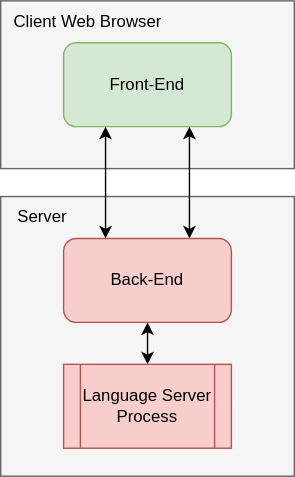
Above: docs/diagrams/AppArch.svg in karcagtamas/ZephyrGraph (draw.io), before the change. Source tidied: cells renumbered, new cells last; positions are measured from the earlier drawing's top-left corner, leaving out a move shared by most shapes. Source of this version:
```xml
<mxGraphModel>
  <root>
    <mxCell id="0" />
    <mxCell id="1" parent="0" />
    <mxCell id="2" style="rounded=0;whiteSpace=wrap;html=1;fillColor=#f5f5f5;fontColor=#333333;strokeColor=#666666;" parent="1" vertex="1">
      <mxGeometry width="210" height="120" as="geometry" />
    </mxCell>
    <mxCell id="3" style="rounded=0;whiteSpace=wrap;html=1;fillColor=#f5f5f5;fontColor=#333333;strokeColor=#666666;" parent="1" vertex="1">
      <mxGeometry y="140" width="210" height="200" as="geometry" />
    </mxCell>
    <mxCell id="4" style="edgeStyle=orthogonalEdgeStyle;rounded=0;jettySize=auto;html=1;startArrow=classic;startFill=1;exitX=0.25;exitY=1;exitDx=0;exitDy=0;entryX=0.25;entryY=0;entryDx=0;entryDy=0;" parent="1" edge="1" source="7" target="6">
      <mxGeometry relative="1" as="geometry" />
    </mxCell>
    <mxCell id="5" style="edgeStyle=orthogonalEdgeStyle;rounded=0;jettySize=auto;html=1;exitX=0.75;exitY=1;exitDx=0;exitDy=0;entryX=0.75;entryY=0;entryDx=0;entryDy=0;startArrow=classic;startFill=1;" parent="1" edge="1" source="7" target="6">
      <mxGeometry relative="1" as="geometry" />
    </mxCell>
    <mxCell id="6" value="Back-End" style="rounded=1;whiteSpace=wrap;html=1;fillColor=#f8cecc;strokeColor=#b85450;" parent="1" vertex="1">
      <mxGeometry x="45" y="170" width="120" height="60" as="geometry" />
    </mxCell>
    <mxCell id="7" value="Front-End" style="rounded=1;whiteSpace=wrap;html=1;fillColor=#d5e8d4;strokeColor=#82b366;" parent="1" vertex="1">
      <mxGeometry x="45" y="30" width="120" height="60" as="geometry" />
    </mxCell>
    <mxCell id="8" value="Server" style="text;html=1;align=center;verticalAlign=middle;whiteSpace=wrap;rounded=0;" parent="1" vertex="1">
      <mxGeometry y="140" width="60" height="30" as="geometry" />
    </mxCell>
    <mxCell id="9" value="Client Web Browser" style="text;html=1;align=center;verticalAlign=middle;whiteSpace=wrap;rounded=0;" parent="1" vertex="1">
      <mxGeometry width="125" height="30" as="geometry" />
    </mxCell>
    <mxCell id="10" style="edgeStyle=orthogonalEdgeStyle;rounded=0;jettySize=auto;html=1;startArrow=classic;startFill=1;" parent="1" edge="1" source="11" target="6">
      <mxGeometry relative="1" as="geometry" />
    </mxCell>
    <mxCell id="11" value="Language Server Process" style="shape=process;whiteSpace=wrap;html=1;backgroundOutline=1;fillColor=#f8cecc;strokeColor=#b85450;" parent="1" vertex="1">
      <mxGeometry x="45" y="260" width="120" height="60" as="geometry" />
    </mxCell>
  </root>
</mxGraphModel>
```
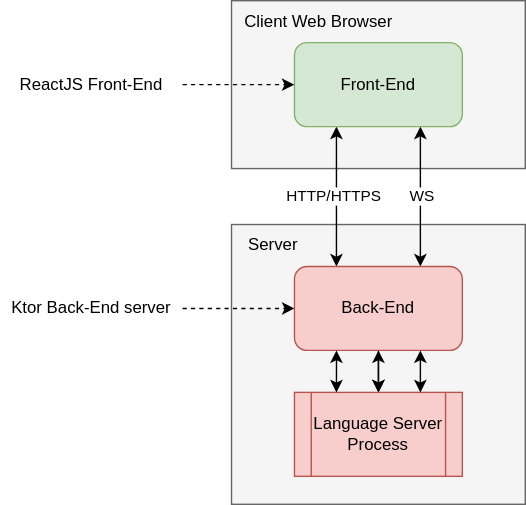
Above is the later version.

Commit message:
#660 Review and update application development app arch

Change to the diagram source:
```diff
@@ -3,7 +3,7 @@
     <mxCell id="0" />
     <mxCell id="1" parent="0" />
     <mxCell id="2" style="rounded=0;whiteSpace=wrap;html=1;fillColor=#f5f5f5;fontColor=#333333;strokeColor=#666666;" parent="1" vertex="1">
-      <mxGeometry width="210" height="120" as="geometry" />
+      <mxGeometry y="-20" width="210" height="120" as="geometry" />
     </mxCell>
     <mxCell id="3" style="rounded=0;whiteSpace=wrap;html=1;fillColor=#f5f5f5;fontColor=#333333;strokeColor=#666666;" parent="1" vertex="1">
       <mxGeometry y="140" width="210" height="200" as="geometry" />
@@ -11,20 +11,33 @@
     <mxCell id="4" style="edgeStyle=orthogonalEdgeStyle;rounded=0;jettySize=auto;html=1;startArrow=classic;startFill=1;exitX=0.25;exitY=1;exitDx=0;exitDy=0;entryX=0.25;entryY=0;entryDx=0;entryDy=0;" parent="1" edge="1" source="7" target="6">
       <mxGeometry relative="1" as="geometry" />
     </mxCell>
+    <mxCell id="12" value="HTTP/HTTPS" style="edgeLabel;html=1;align=center;verticalAlign=middle;" parent="4" vertex="1">
+      <mxGeometry x="0.06" y="-2" relative="1" as="geometry">
+        <mxPoint y="-3" as="offset" />
+      </mxGeometry>
+    </mxCell>
     <mxCell id="5" style="edgeStyle=orthogonalEdgeStyle;rounded=0;jettySize=auto;html=1;exitX=0.75;exitY=1;exitDx=0;exitDy=0;entryX=0.75;entryY=0;entryDx=0;entryDy=0;startArrow=classic;startFill=1;" parent="1" edge="1" source="7" target="6">
       <mxGeometry relative="1" as="geometry" />
     </mxCell>
+    <mxCell id="13" value="WS" style="edgeLabel;html=1;align=center;verticalAlign=middle;" parent="5" vertex="1">
+      <mxGeometry x="0.16" y="1" relative="1" as="geometry">
+        <mxPoint y="-8" as="offset" />
+      </mxGeometry>
+    </mxCell>
+    <mxCell id="14" style="edgeStyle=orthogonalEdgeStyle;rounded=0;jettySize=auto;html=1;" parent="1" edge="1" source="6" target="11">
+      <mxGeometry relative="1" as="geometry" />
+    </mxCell>
     <mxCell id="6" value="Back-End" style="rounded=1;whiteSpace=wrap;html=1;fillColor=#f8cecc;strokeColor=#b85450;" parent="1" vertex="1">
       <mxGeometry x="45" y="170" width="120" height="60" as="geometry" />
     </mxCell>
     <mxCell id="7" value="Front-End" style="rounded=1;whiteSpace=wrap;html=1;fillColor=#d5e8d4;strokeColor=#82b366;" parent="1" vertex="1">
-      <mxGeometry x="45" y="30" width="120" height="60" as="geometry" />
+      <mxGeometry x="45" y="10" width="120" height="60" as="geometry" />
     </mxCell>
     <mxCell id="8" value="Server" style="text;html=1;align=center;verticalAlign=middle;whiteSpace=wrap;rounded=0;" parent="1" vertex="1">
       <mxGeometry y="140" width="60" height="30" as="geometry" />
     </mxCell>
     <mxCell id="9" value="Client Web Browser" style="text;html=1;align=center;verticalAlign=middle;whiteSpace=wrap;rounded=0;" parent="1" vertex="1">
-      <mxGeometry width="125" height="30" as="geometry" />
+      <mxGeometry y="-20" width="125" height="30" as="geometry" />
     </mxCell>
     <mxCell id="10" style="edgeStyle=orthogonalEdgeStyle;rounded=0;jettySize=auto;html=1;startArrow=classic;startFill=1;" parent="1" edge="1" source="11" target="6">
       <mxGeometry relative="1" as="geometry" />
@@ -32,5 +45,28 @@
     <mxCell id="11" value="Language Server Process" style="shape=process;whiteSpace=wrap;html=1;backgroundOutline=1;fillColor=#f8cecc;strokeColor=#b85450;" parent="1" vertex="1">
       <mxGeometry x="45" y="260" width="120" height="60" as="geometry" />
     </mxCell>
+    <mxCell id="15" style="edgeStyle=orthogonalEdgeStyle;rounded=0;jettySize=auto;html=1;startArrow=classic;startFill=1;entryX=0.75;entryY=1;entryDx=0;entryDy=0;exitX=0.75;exitY=0;exitDx=0;exitDy=0;" parent="1" edge="1" source="11" target="6">
+      <mxGeometry relative="1" as="geometry" />
+    </mxCell>
+    <mxCell id="16" style="edgeStyle=orthogonalEdgeStyle;rounded=0;jettySize=auto;html=1;startArrow=classic;startFill=1;entryX=0.25;entryY=1;entryDx=0;entryDy=0;exitX=0.25;exitY=0;exitDx=0;exitDy=0;" parent="1" edge="1" source="11" target="6">
+      <mxGeometry relative="1" as="geometry">
+        <Array as="points">
+          <mxPoint x="75" y="240" />
+          <mxPoint x="75" y="240" />
+        </Array>
+      </mxGeometry>
+    </mxCell>
+    <mxCell id="17" style="edgeStyle=orthogonalEdgeStyle;rounded=0;jettySize=auto;html=1;entryX=0;entryY=0.5;entryDx=0;entryDy=0;dashed=1;" parent="1" edge="1" source="18" target="6">
+      <mxGeometry relative="1" as="geometry" />
+    </mxCell>
+    <mxCell id="18" value="Ktor Back-End server" style="text;html=1;align=center;verticalAlign=middle;whiteSpace=wrap;rounded=0;" parent="1" vertex="1">
+      <mxGeometry x="-165" y="185" width="130" height="30" as="geometry" />
+    </mxCell>
+    <mxCell id="19" style="edgeStyle=orthogonalEdgeStyle;rounded=0;jettySize=auto;html=1;entryX=0;entryY=0.5;entryDx=0;entryDy=0;dashed=1;" parent="1" edge="1" source="20" target="7">
+      <mxGeometry relative="1" as="geometry" />
+    </mxCell>
+    <mxCell id="20" value="ReactJS Front-End" style="text;html=1;align=center;verticalAlign=middle;whiteSpace=wrap;rounded=0;" parent="1" vertex="1">
+      <mxGeometry x="-165" y="25" width="130" height="30" as="geometry" />
+    </mxCell>
   </root>
 </mxGraphModel>
```
